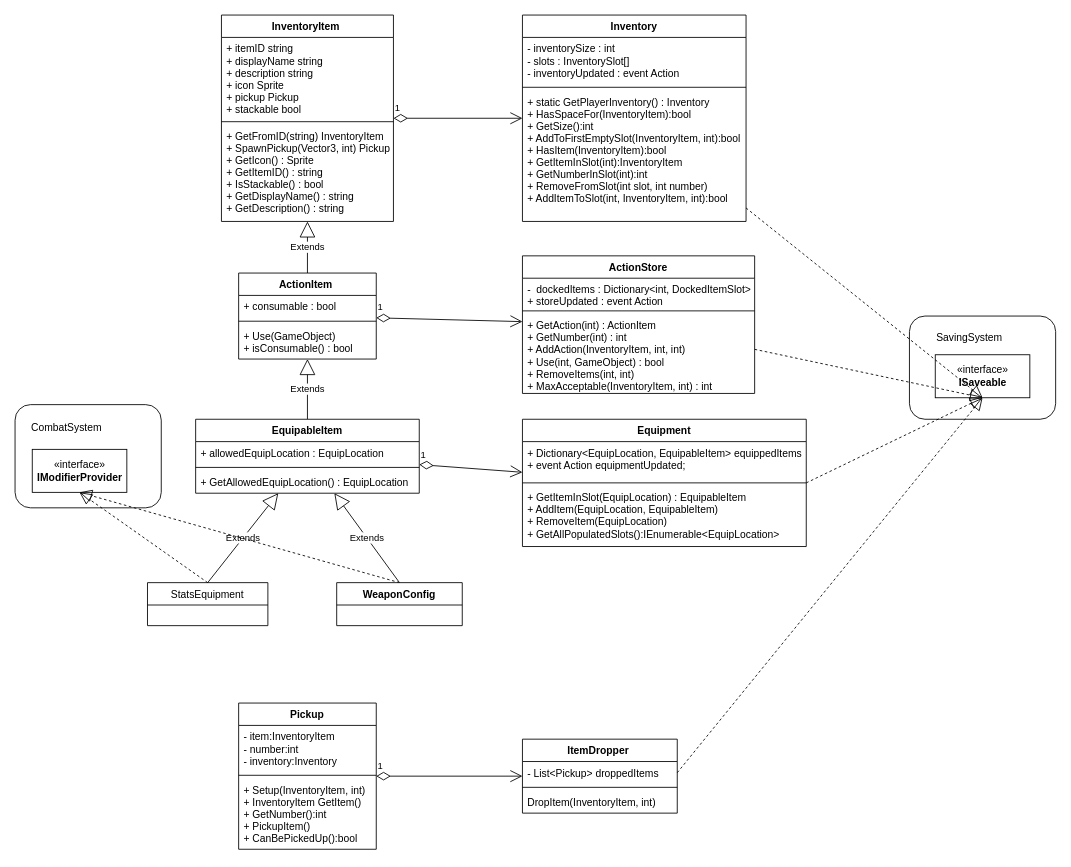
BamBamGames/RPG-Core-Combat-Creator keeps this draw.io diagram as drawio/Inventory.drawio. Above is the earlier version. Source tidied: cells renumbered, new cells numbered last; positions are measured from the earlier drawing's top-left corner, leaving out a move shared by most shapes. Both pictures are drawn from the tidied source at 86%, with x=0, y=0 at pixel (15, 15).
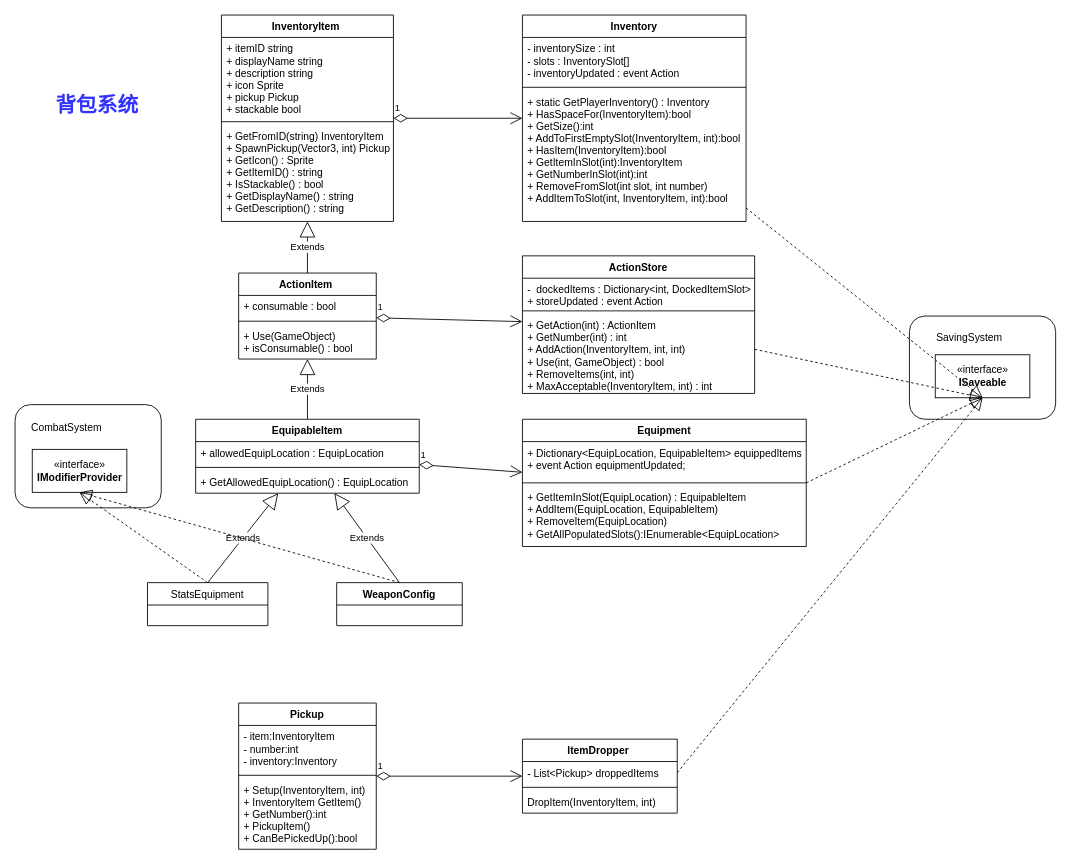
Above is the later version.

What changed in the source:
```diff
@@
+    <mxCell id="56" value="背包系统" style="text;html=1;align=center;verticalAlign=middle;fontColor=#3333FF;labelBorderColor=none;labelBackgroundColor=none;fontSize=24;fontStyle=1;" parent="1" vertex="1">
+      <mxGeometry x="40" y="90" width="110" height="30" as="geometry" />
+    </mxCell>
```
